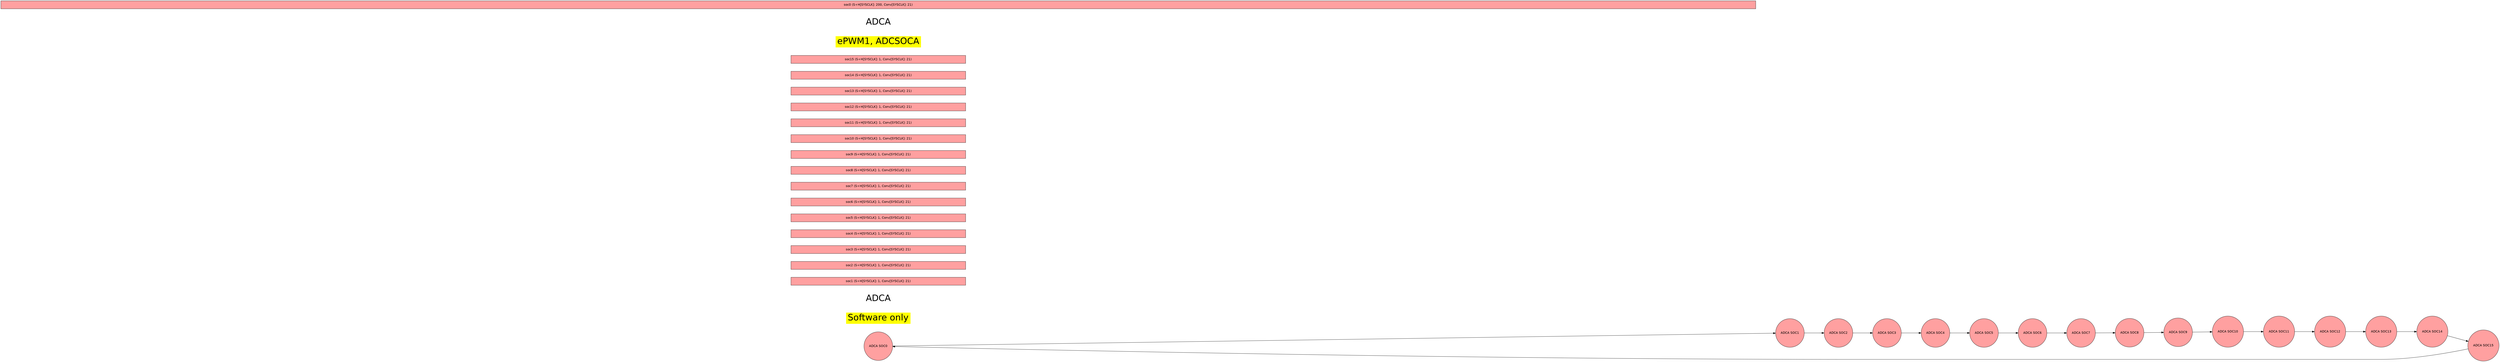
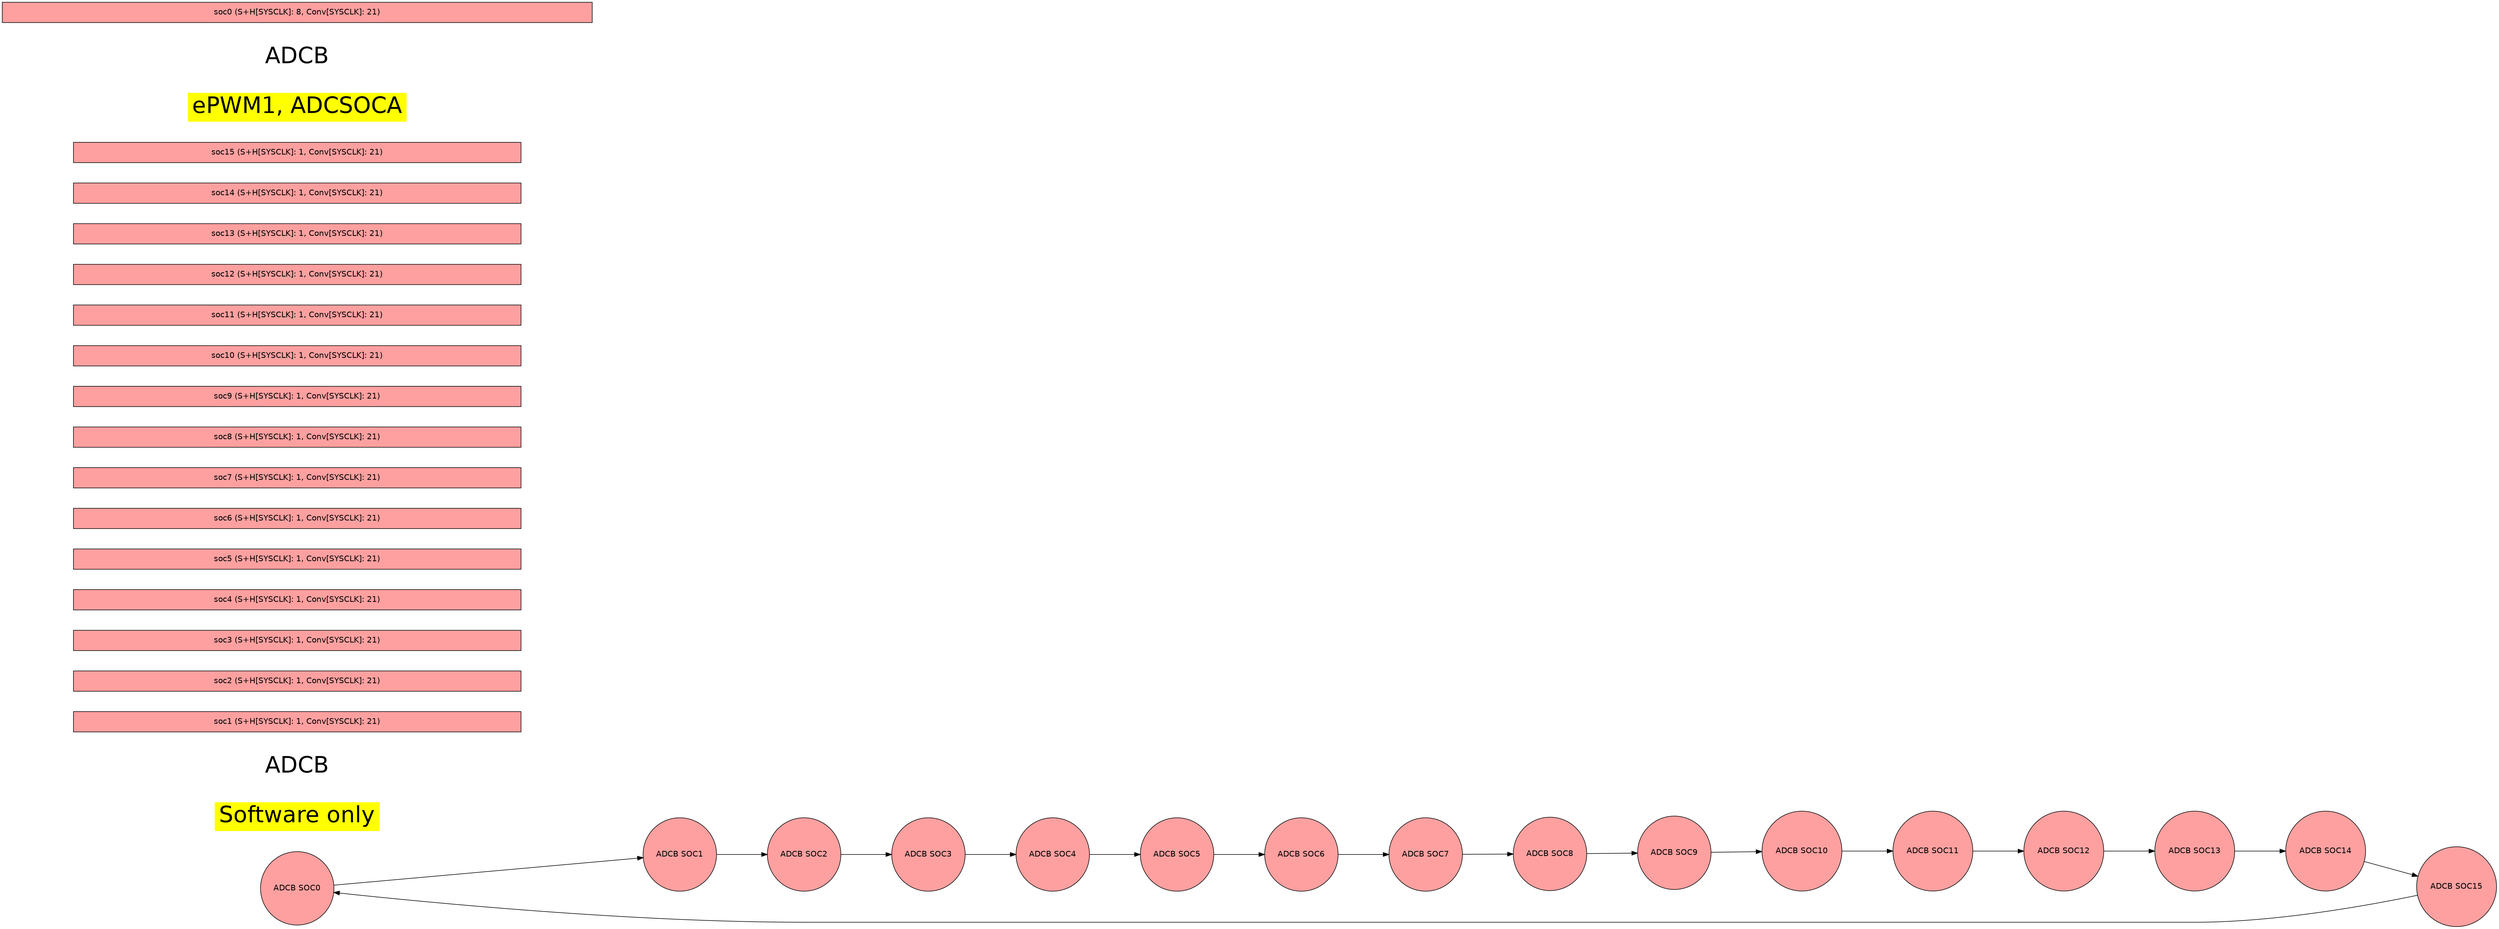
digraph {
    graph [fontname = "helvetica"];
    node  [fontname = "helvetica"];
    edge  [fontname = "helvetica"];
    graph [mclimit=50 nodesep=0.5 rankdir=LR ranksep=1.25]

    node [shape = circle style=filled];

-         adca_SOC0 [label="ADCA SOC0" fillcolor="#FFA0A0" pos="0.000,7.689!"]
-         adca_SOC1 [label="ADCA SOC1" fillcolor="#FFA0A0" pos="2.942,7.103!"]
-         adca_SOC2 [label="ADCA SOC2" fillcolor="#FFA0A0" pos="5.437,5.437!"]
-         adca_SOC3 [label="ADCA SOC3" fillcolor="#FFA0A0" pos="7.103,2.942!"]
-         adca_SOC4 [label="ADCA SOC4" fillcolor="#FFA0A0" pos="7.689,0.000!"]
-         adca_SOC5 [label="ADCA SOC5" fillcolor="#FFA0A0" pos="7.103,-2.942!"]
-         adca_SOC6 [label="ADCA SOC6" fillcolor="#FFA0A0" pos="5.437,-5.437!"]
-         adca_SOC7 [label="ADCA SOC7" fillcolor="#FFA0A0" pos="2.942,-7.103!"]
-         adca_SOC8 [label="ADCA SOC8" fillcolor="#FFA0A0" pos="0.000,-7.689!"]
-         adca_SOC9 [label="ADCA SOC9" fillcolor="#FFA0A0" pos="-2.942,-7.103!"]
-         adca_SOC10 [label="ADCA SOC10" fillcolor="#FFA0A0" pos="-5.437,-5.437!"]
-         adca_SOC11 [label="ADCA SOC11" fillcolor="#FFA0A0" pos="-7.103,-2.942!"]
-         adca_SOC12 [label="ADCA SOC12" fillcolor="#FFA0A0" pos="-7.689,-0.000!"]
-         adca_SOC13 [label="ADCA SOC13" fillcolor="#FFA0A0" pos="-7.103,2.942!"]
-         adca_SOC14 [label="ADCA SOC14" fillcolor="#FFA0A0" pos="-5.437,5.437!"]
-         adca_SOC15 [label="ADCA SOC15" fillcolor="#FFA0A0" pos="-2.942,7.103!"]
-         adca_SOC0 -> adca_SOC1
-         adca_SOC1 -> adca_SOC2
-         adca_SOC2 -> adca_SOC3
-         adca_SOC3 -> adca_SOC4
-         adca_SOC4 -> adca_SOC5
-         adca_SOC5 -> adca_SOC6
-         adca_SOC6 -> adca_SOC7
-         adca_SOC7 -> adca_SOC8
-         adca_SOC8 -> adca_SOC9
-         adca_SOC9 -> adca_SOC10
-         adca_SOC10 -> adca_SOC11
-         adca_SOC11 -> adca_SOC12
-         adca_SOC12 -> adca_SOC13
-         adca_SOC13 -> adca_SOC14
-         adca_SOC14 -> adca_SOC15
-         adca_SOC15 -> adca_SOC0
+         adcb_SOC0 [label="ADCB SOC0" fillcolor="#FFA0A0" pos="0.000,7.689!"]
+         adcb_SOC1 [label="ADCB SOC1" fillcolor="#FFA0A0" pos="2.942,7.103!"]
+         adcb_SOC2 [label="ADCB SOC2" fillcolor="#FFA0A0" pos="5.437,5.437!"]
+         adcb_SOC3 [label="ADCB SOC3" fillcolor="#FFA0A0" pos="7.103,2.942!"]
+         adcb_SOC4 [label="ADCB SOC4" fillcolor="#FFA0A0" pos="7.689,0.000!"]
+         adcb_SOC5 [label="ADCB SOC5" fillcolor="#FFA0A0" pos="7.103,-2.942!"]
+         adcb_SOC6 [label="ADCB SOC6" fillcolor="#FFA0A0" pos="5.437,-5.437!"]
+         adcb_SOC7 [label="ADCB SOC7" fillcolor="#FFA0A0" pos="2.942,-7.103!"]
+         adcb_SOC8 [label="ADCB SOC8" fillcolor="#FFA0A0" pos="0.000,-7.689!"]
+         adcb_SOC9 [label="ADCB SOC9" fillcolor="#FFA0A0" pos="-2.942,-7.103!"]
+         adcb_SOC10 [label="ADCB SOC10" fillcolor="#FFA0A0" pos="-5.437,-5.437!"]
+         adcb_SOC11 [label="ADCB SOC11" fillcolor="#FFA0A0" pos="-7.103,-2.942!"]
+         adcb_SOC12 [label="ADCB SOC12" fillcolor="#FFA0A0" pos="-7.689,-0.000!"]
+         adcb_SOC13 [label="ADCB SOC13" fillcolor="#FFA0A0" pos="-7.103,2.942!"]
+         adcb_SOC14 [label="ADCB SOC14" fillcolor="#FFA0A0" pos="-5.437,5.437!"]
+         adcb_SOC15 [label="ADCB SOC15" fillcolor="#FFA0A0" pos="-2.942,7.103!"]
+         adcb_SOC0 -> adcb_SOC1
+         adcb_SOC1 -> adcb_SOC2
+         adcb_SOC2 -> adcb_SOC3
+         adcb_SOC3 -> adcb_SOC4
+         adcb_SOC4 -> adcb_SOC5
+         adcb_SOC5 -> adcb_SOC6
+         adcb_SOC6 -> adcb_SOC7
+         adcb_SOC7 -> adcb_SOC8
+         adcb_SOC8 -> adcb_SOC9
+         adcb_SOC9 -> adcb_SOC10
+         adcb_SOC10 -> adcb_SOC11
+         adcb_SOC11 -> adcb_SOC12
+         adcb_SOC12 -> adcb_SOC13
+         adcb_SOC13 -> adcb_SOC14
+         adcb_SOC14 -> adcb_SOC15
+         adcb_SOC15 -> adcb_SOC0
    node [shape=rect style=filled];
        ADC_TRIGGER_SW_ONLY[label="Software only" fillcolor="yellow"  fontsize="40" color="white" pos="24.000,-3.000!"]

-         adca_ADC_TRIGGER_SW_ONLY[label="ADCA"  fontsize="40" fillcolor="white" color="white" pos="24.000,-9.000!"]
+         adcb_ADC_TRIGGER_SW_ONLY[label="ADCB"  fontsize="40" fillcolor="white" color="white" pos="24.000,-9.000!"]

-         adca_ADC_TRIGGER_SW_ONLY_soc1[label="soc1 (S+H[SYSCLK]: 1, Conv[SYSCLK]: 21)" fillcolor="#FFA0A0" width="11.000" pos="32.500,-9.000!"]
+         adcb_ADC_TRIGGER_SW_ONLY_soc1[label="soc1 (S+H[SYSCLK]: 1, Conv[SYSCLK]: 21)" fillcolor="#FFA0A0" width="11.000" pos="32.500,-9.000!"]

-         adca_ADC_TRIGGER_SW_ONLY_soc2[label="soc2 (S+H[SYSCLK]: 1, Conv[SYSCLK]: 21)" fillcolor="#FFA0A0" width="11.000" pos="43.500,-9.000!"]
+         adcb_ADC_TRIGGER_SW_ONLY_soc2[label="soc2 (S+H[SYSCLK]: 1, Conv[SYSCLK]: 21)" fillcolor="#FFA0A0" width="11.000" pos="43.500,-9.000!"]

-         adca_ADC_TRIGGER_SW_ONLY_soc3[label="soc3 (S+H[SYSCLK]: 1, Conv[SYSCLK]: 21)" fillcolor="#FFA0A0" width="11.000" pos="54.500,-9.000!"]
+         adcb_ADC_TRIGGER_SW_ONLY_soc3[label="soc3 (S+H[SYSCLK]: 1, Conv[SYSCLK]: 21)" fillcolor="#FFA0A0" width="11.000" pos="54.500,-9.000!"]

-         adca_ADC_TRIGGER_SW_ONLY_soc4[label="soc4 (S+H[SYSCLK]: 1, Conv[SYSCLK]: 21)" fillcolor="#FFA0A0" width="11.000" pos="65.500,-9.000!"]
+         adcb_ADC_TRIGGER_SW_ONLY_soc4[label="soc4 (S+H[SYSCLK]: 1, Conv[SYSCLK]: 21)" fillcolor="#FFA0A0" width="11.000" pos="65.500,-9.000!"]

-         adca_ADC_TRIGGER_SW_ONLY_soc5[label="soc5 (S+H[SYSCLK]: 1, Conv[SYSCLK]: 21)" fillcolor="#FFA0A0" width="11.000" pos="76.500,-9.000!"]
+         adcb_ADC_TRIGGER_SW_ONLY_soc5[label="soc5 (S+H[SYSCLK]: 1, Conv[SYSCLK]: 21)" fillcolor="#FFA0A0" width="11.000" pos="76.500,-9.000!"]

-         adca_ADC_TRIGGER_SW_ONLY_soc6[label="soc6 (S+H[SYSCLK]: 1, Conv[SYSCLK]: 21)" fillcolor="#FFA0A0" width="11.000" pos="87.500,-9.000!"]
+         adcb_ADC_TRIGGER_SW_ONLY_soc6[label="soc6 (S+H[SYSCLK]: 1, Conv[SYSCLK]: 21)" fillcolor="#FFA0A0" width="11.000" pos="87.500,-9.000!"]

-         adca_ADC_TRIGGER_SW_ONLY_soc7[label="soc7 (S+H[SYSCLK]: 1, Conv[SYSCLK]: 21)" fillcolor="#FFA0A0" width="11.000" pos="98.500,-9.000!"]
+         adcb_ADC_TRIGGER_SW_ONLY_soc7[label="soc7 (S+H[SYSCLK]: 1, Conv[SYSCLK]: 21)" fillcolor="#FFA0A0" width="11.000" pos="98.500,-9.000!"]

-         adca_ADC_TRIGGER_SW_ONLY_soc8[label="soc8 (S+H[SYSCLK]: 1, Conv[SYSCLK]: 21)" fillcolor="#FFA0A0" width="11.000" pos="109.500,-9.000!"]
+         adcb_ADC_TRIGGER_SW_ONLY_soc8[label="soc8 (S+H[SYSCLK]: 1, Conv[SYSCLK]: 21)" fillcolor="#FFA0A0" width="11.000" pos="109.500,-9.000!"]

-         adca_ADC_TRIGGER_SW_ONLY_soc9[label="soc9 (S+H[SYSCLK]: 1, Conv[SYSCLK]: 21)" fillcolor="#FFA0A0" width="11.000" pos="120.500,-9.000!"]
+         adcb_ADC_TRIGGER_SW_ONLY_soc9[label="soc9 (S+H[SYSCLK]: 1, Conv[SYSCLK]: 21)" fillcolor="#FFA0A0" width="11.000" pos="120.500,-9.000!"]

-         adca_ADC_TRIGGER_SW_ONLY_soc10[label="soc10 (S+H[SYSCLK]: 1, Conv[SYSCLK]: 21)" fillcolor="#FFA0A0" width="11.000" pos="131.500,-9.000!"]
+         adcb_ADC_TRIGGER_SW_ONLY_soc10[label="soc10 (S+H[SYSCLK]: 1, Conv[SYSCLK]: 21)" fillcolor="#FFA0A0" width="11.000" pos="131.500,-9.000!"]

-         adca_ADC_TRIGGER_SW_ONLY_soc11[label="soc11 (S+H[SYSCLK]: 1, Conv[SYSCLK]: 21)" fillcolor="#FFA0A0" width="11.000" pos="142.500,-9.000!"]
+         adcb_ADC_TRIGGER_SW_ONLY_soc11[label="soc11 (S+H[SYSCLK]: 1, Conv[SYSCLK]: 21)" fillcolor="#FFA0A0" width="11.000" pos="142.500,-9.000!"]

-         adca_ADC_TRIGGER_SW_ONLY_soc12[label="soc12 (S+H[SYSCLK]: 1, Conv[SYSCLK]: 21)" fillcolor="#FFA0A0" width="11.000" pos="153.500,-9.000!"]
+         adcb_ADC_TRIGGER_SW_ONLY_soc12[label="soc12 (S+H[SYSCLK]: 1, Conv[SYSCLK]: 21)" fillcolor="#FFA0A0" width="11.000" pos="153.500,-9.000!"]

-         adca_ADC_TRIGGER_SW_ONLY_soc13[label="soc13 (S+H[SYSCLK]: 1, Conv[SYSCLK]: 21)" fillcolor="#FFA0A0" width="11.000" pos="164.500,-9.000!"]
+         adcb_ADC_TRIGGER_SW_ONLY_soc13[label="soc13 (S+H[SYSCLK]: 1, Conv[SYSCLK]: 21)" fillcolor="#FFA0A0" width="11.000" pos="164.500,-9.000!"]

-         adca_ADC_TRIGGER_SW_ONLY_soc14[label="soc14 (S+H[SYSCLK]: 1, Conv[SYSCLK]: 21)" fillcolor="#FFA0A0" width="11.000" pos="175.500,-9.000!"]
+         adcb_ADC_TRIGGER_SW_ONLY_soc14[label="soc14 (S+H[SYSCLK]: 1, Conv[SYSCLK]: 21)" fillcolor="#FFA0A0" width="11.000" pos="175.500,-9.000!"]

-         adca_ADC_TRIGGER_SW_ONLY_soc15[label="soc15 (S+H[SYSCLK]: 1, Conv[SYSCLK]: 21)" fillcolor="#FFA0A0" width="11.000" pos="186.500,-9.000!"]
+         adcb_ADC_TRIGGER_SW_ONLY_soc15[label="soc15 (S+H[SYSCLK]: 1, Conv[SYSCLK]: 21)" fillcolor="#FFA0A0" width="11.000" pos="186.500,-9.000!"]
        ADC_TRIGGER_EPWM1_SOCA[label="ePWM1, ADCSOCA" fillcolor="yellow"  fontsize="40" color="white" pos="24.000,-12.000!"]

-         adca_ADC_TRIGGER_EPWM1_SOCA[label="ADCA"  fontsize="40" fillcolor="white" color="white" pos="24.000,-18.000!"]
+         adcb_ADC_TRIGGER_EPWM1_SOCA[label="ADCB"  fontsize="40" fillcolor="white" color="white" pos="24.000,-18.000!"]

-         adca_ADC_TRIGGER_EPWM1_SOCA_soc0[label="soc0 (S+H[SYSCLK]: 200, Conv[SYSCLK]: 21)" fillcolor="#FFA0A0" width="110.500" pos="82.250,-18.000!"]
+         adcb_ADC_TRIGGER_EPWM1_SOCA_soc0[label="soc0 (S+H[SYSCLK]: 8, Conv[SYSCLK]: 21)" fillcolor="#FFA0A0" width="14.500" pos="34.250,-18.000!"]
}
